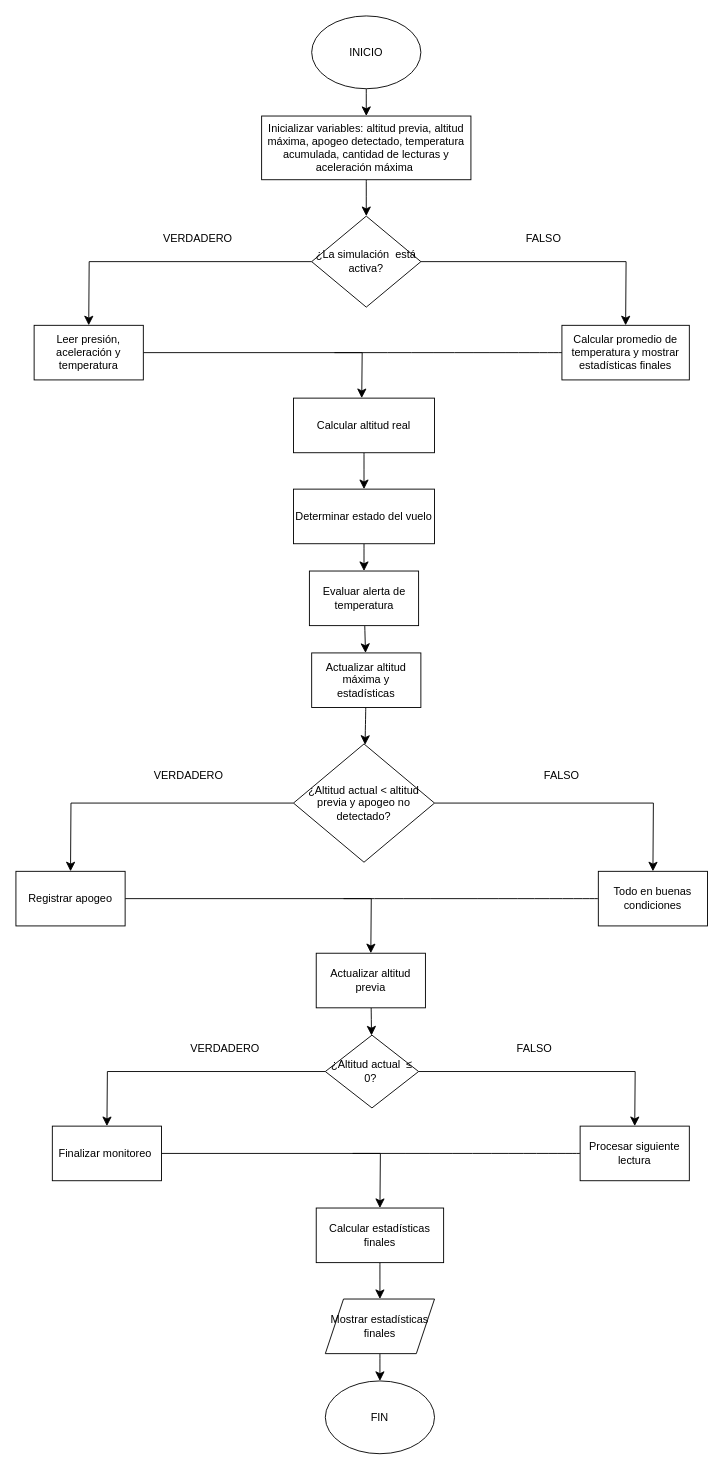
Above: WAR.drawio in Sebastian5050942/Toma_notas_Programaci-n (draw.io), before the change. Source tidied: cells renumbered, new cells numbered last; positions are measured from the earlier drawing's top-left corner, leaving out a move shared by most shapes. Both pictures are drawn from the tidied source at 91%, with x=0, y=0 at pixel (15, 15).
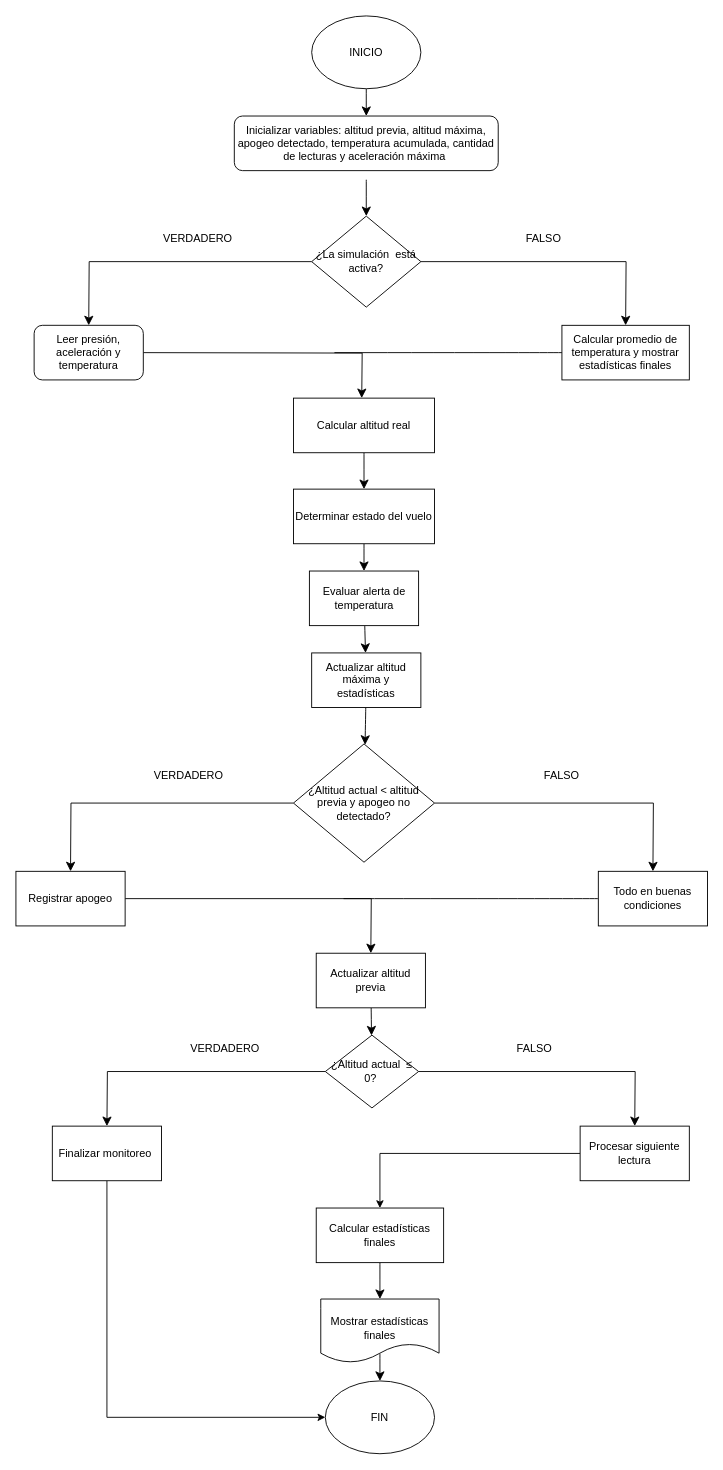
Above is the later version.

Unchanged cells that the change refers to:
```xml
<mxCell id="3" value="INICIO" style="ellipse;whiteSpace=wrap;html=1;shapeInside=1;" parent="1" vertex="1">
  <mxGeometry x="325" width="120" height="80" as="geometry" />
</mxCell>
<mxCell id="8" value="¿La simulación&amp;nbsp; está activa?" style="rhombus;whiteSpace=wrap;html=1;shapeInside=1;" parent="1" vertex="1">
  <mxGeometry x="325" y="220" width="120" height="100" as="geometry" />
</mxCell>
<mxCell id="40" value="Finalizar monitoreo&amp;nbsp;" style="rounded=0;whiteSpace=wrap;html=1;" parent="1" vertex="1">
  <mxGeometry x="40" y="1220" width="120" height="60" as="geometry" />
</mxCell>
<mxCell id="42" value="Procesar siguiente lectura" style="rounded=0;whiteSpace=wrap;html=1;" parent="1" vertex="1">
  <mxGeometry x="620" y="1220" width="120" height="60" as="geometry" />
</mxCell>
<mxCell id="44" value="Calcular estadísticas finales" style="rounded=0;whiteSpace=wrap;html=1;" parent="1" vertex="1">
  <mxGeometry x="330" y="1310" width="140" height="60" as="geometry" />
</mxCell>
```

Diff of the diagram source:
```diff
@@
-    <mxCell id="2" style="edgeStyle=none;curved=1;rounded=0;jettySize=auto;html=1;fontSize=12;startSize=8;endSize=8;" parent="1" edge="1" source="3" target="5">
-      <mxGeometry relative="1" as="geometry" />
+    <mxCell id="2" style="edgeStyle=none;curved=1;rounded=0;jettySize=auto;html=1;fontSize=12;startSize=8;endSize=8;" parent="1" edge="1" source="3">
+      <mxGeometry relative="1" as="geometry">
+        <mxPoint x="385" y="110" as="targetPoint" />
+      </mxGeometry>
     </mxCell>
@@
-    <mxCell id="4" style="edgeStyle=none;curved=1;rounded=0;jettySize=auto;html=1;fontSize=12;startSize=8;endSize=8;" parent="1" edge="1" source="5" target="8">
-      <mxGeometry relative="1" as="geometry" />
+    <mxCell id="4" style="edgeStyle=none;curved=1;rounded=0;jettySize=auto;html=1;fontSize=12;startSize=8;endSize=8;" parent="1" edge="1" target="8">
+      <mxGeometry relative="1" as="geometry">
+        <mxPoint x="385" y="180" as="sourcePoint" />
+      </mxGeometry>
     </mxCell>
-    <mxCell id="5" value="Inicializar variables: altitud previa, altitud máxima, apogeo detectado, temperatura acumulada, cantidad de lecturas y aceleración máxima&amp;nbsp;" style="rounded=0;whiteSpace=wrap;html=1;" parent="1" vertex="1">
-      <mxGeometry x="270" y="110" width="230" height="70" as="geometry" />
-    </mxCell>
@@
-    <mxCell id="11" style="edgeStyle=orthogonalEdgeStyle;rounded=0;jettySize=auto;html=1;fontSize=12;startSize=8;endSize=8;" parent="1" edge="1" source="12">
+    <mxCell id="11" style="edgeStyle=orthogonalEdgeStyle;rounded=0;orthogonalLoop=1;jettySize=auto;html=1;fontSize=12;startSize=8;endSize=8;" parent="1" edge="1">
       <mxGeometry relative="1" as="geometry">
+        <mxPoint x="140" y="370" as="sourcePoint" />
         <mxPoint x="380" y="420" as="targetPoint" />
       </mxGeometry>
     </mxCell>
-    <mxCell id="12" value="Leer presión, aceleración y temperatura" style="rounded=0;whiteSpace=wrap;html=1;" parent="1" vertex="1">
-      <mxGeometry x="20" y="340" width="120" height="60" as="geometry" />
-    </mxCell>
@@
-    <mxCell id="39" style="edgeStyle=orthogonalEdgeStyle;rounded=0;jettySize=auto;html=1;fontSize=12;startSize=8;endSize=8;" parent="1" edge="1" source="40">
-      <mxGeometry relative="1" as="geometry">
-        <mxPoint x="400" y="1310" as="targetPoint" />
-      </mxGeometry>
-    </mxCell>
+    <mxCell id="48" style="edgeStyle=orthogonalEdgeStyle;rounded=0;jettySize=auto;html=1;entryX=0;entryY=0.5;entryDx=0;entryDy=0;" parent="1" edge="1" source="40" target="47">
+      <mxGeometry relative="1" as="geometry">
+        <Array as="points">
+          <mxPoint x="100.1" y="1540.1" />
+        </Array>
+      </mxGeometry>
+    </mxCell>
@@
-    <mxCell id="41" style="edgeStyle=none;curved=1;rounded=0;jettySize=auto;html=1;fontSize=12;startSize=8;endSize=8;endArrow=none;endFill=0;" parent="1" edge="1" source="42">
-      <mxGeometry relative="1" as="geometry">
-        <mxPoint x="370" y="1250" as="targetPoint" />
-      </mxGeometry>
-    </mxCell>
+    <mxCell id="49" style="edgeStyle=orthogonalEdgeStyle;rounded=0;jettySize=auto;html=1;" parent="1" edge="1" source="42" target="44">
+      <mxGeometry relative="1" as="geometry" />
+    </mxCell>
@@
-    <mxCell id="43" style="edgeStyle=none;curved=1;rounded=0;jettySize=auto;html=1;fontSize=12;startSize=8;endSize=8;" parent="1" edge="1" source="44" target="46">
-      <mxGeometry relative="1" as="geometry" />
+    <mxCell id="43" style="edgeStyle=none;curved=1;rounded=0;jettySize=auto;html=1;fontSize=12;startSize=8;endSize=8;" parent="1" edge="1" source="44">
+      <mxGeometry relative="1" as="geometry">
+        <mxPoint x="400" y="1410" as="targetPoint" />
+      </mxGeometry>
     </mxCell>
@@
-    <mxCell id="45" style="edgeStyle=none;curved=1;rounded=0;jettySize=auto;html=1;fontSize=12;startSize=8;endSize=8;" parent="1" edge="1" source="46" target="47">
-      <mxGeometry relative="1" as="geometry" />
+    <mxCell id="45" style="edgeStyle=none;curved=1;rounded=0;jettySize=auto;html=1;fontSize=12;startSize=8;endSize=8;" parent="1" edge="1" target="47">
+      <mxGeometry relative="1" as="geometry">
+        <mxPoint x="400" y="1470" as="sourcePoint" />
+      </mxGeometry>
     </mxCell>
+    <mxCell id="47" value="FIN" style="ellipse;whiteSpace=wrap;html=1;shapeInside=1;" parent="1" vertex="1">
+      <mxGeometry x="340" y="1500" width="120" height="80" as="geometry" />
+    </mxCell>
+    <mxCell id="12" value="Leer presión, aceleración y temperatura" style="rounded=1;whiteSpace=wrap;html=1;" parent="1" vertex="1">
+      <mxGeometry x="20" y="340" width="120" height="60" as="geometry" />
+    </mxCell>
+    <mxCell id="5" value="Inicializar variables: altitud previa, altitud máxima, apogeo detectado, temperatura acumulada, cantidad de lecturas y aceleración máxima&amp;nbsp;" style="rounded=1;whiteSpace=wrap;html=1;" parent="1" vertex="1">
+      <mxGeometry x="240" y="110" width="290" height="60" as="geometry" />
+    </mxCell>
-    <mxCell id="46" value="Mostrar estadísticas finales" style="shape=parallelogram;perimeter=parallelogramPerimeter;whiteSpace=wrap;html=1;shapeInside=1;fixedSize=1;" parent="1" vertex="1">
-      <mxGeometry x="340" y="1410" width="120" height="60" as="geometry" />
+    <mxCell id="46" value="&lt;div&gt;&lt;br&gt;&lt;/div&gt;&lt;div&gt;Mostrar estadísticas finales&lt;/div&gt;" style="shape=document;whiteSpace=wrap;html=1;boundedLbl=1;" parent="1" vertex="1">
+      <mxGeometry x="335" y="1410" width="130" height="70" as="geometry" />
     </mxCell>
-    <mxCell id="47" value="FIN" style="ellipse;whiteSpace=wrap;html=1;shapeInside=1;" parent="1" vertex="1">
-      <mxGeometry x="340" y="1500" width="120" height="80" as="geometry" />
-    </mxCell>
```
